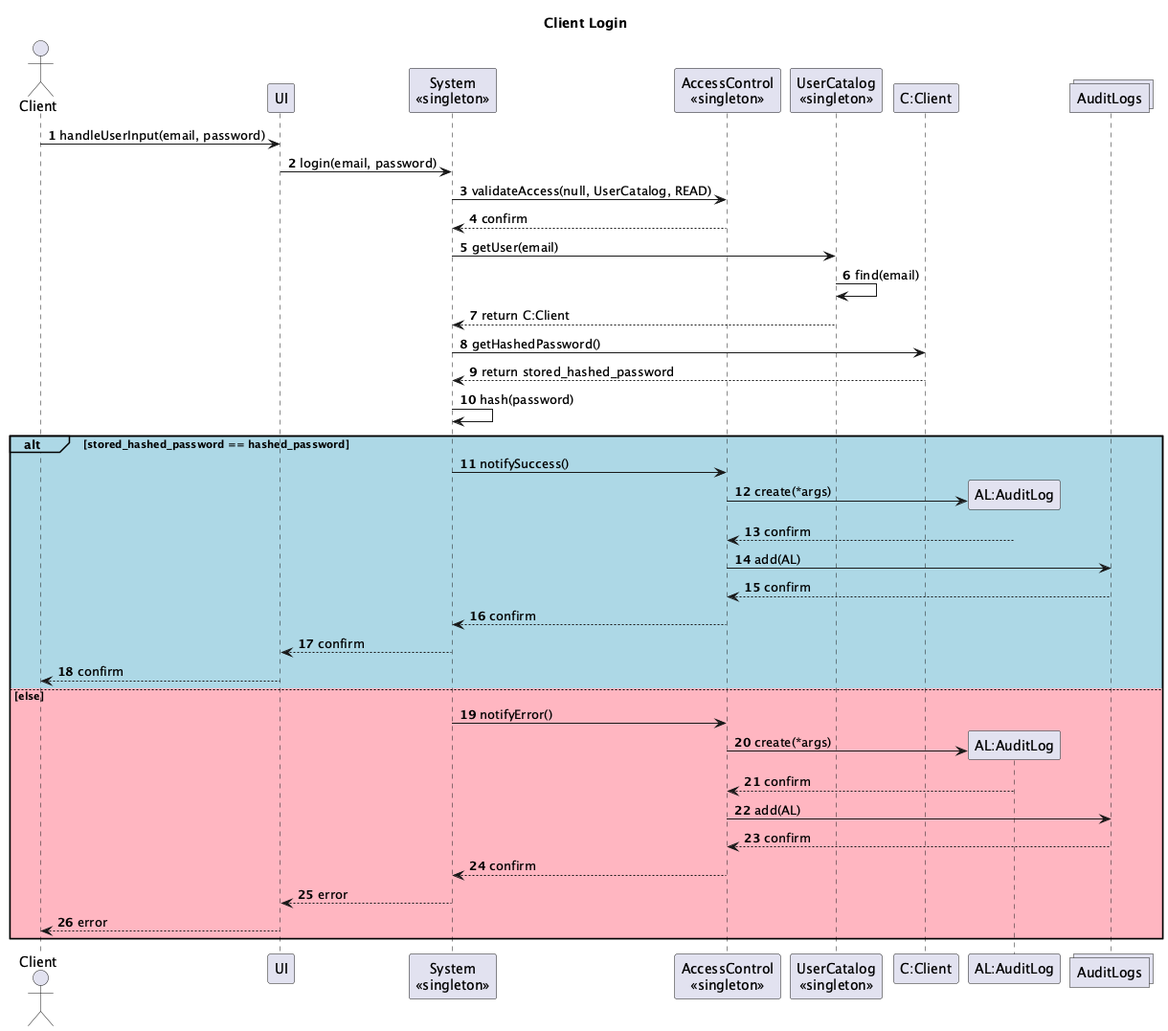
vibqetowi/soen-342-project keeps this PlantUML diagram as System-Diagrams/UML Interaction/Client/Client-Interactions_001.png. Above is the earlier version.
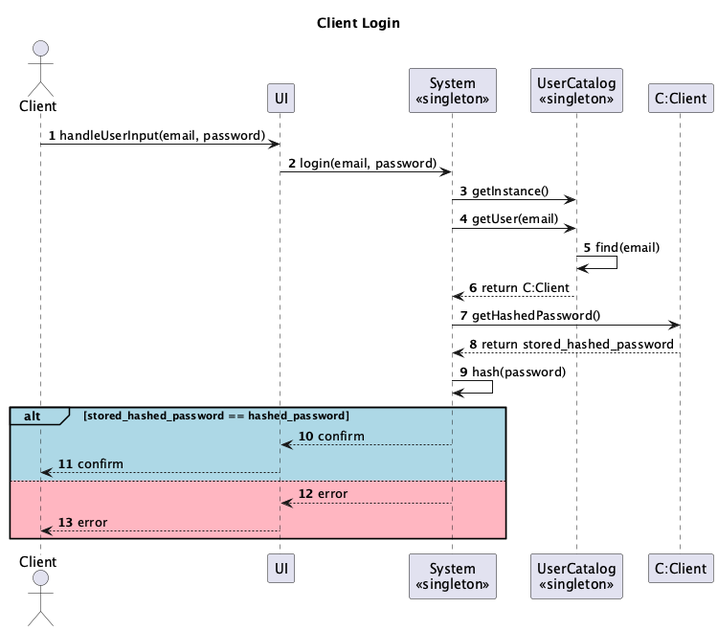
Above is the later version.

Diff of the diagram source:
```diff
@@ -2,11 +2,8 @@
 actor Client
 participant UI
 participant "System\n<<singleton>>" as System
-participant "AccessControl\n<<singleton>>" as AccessControl
 participant "UserCatalog\n<<singleton>>" as UserCatalog
 participant "C:Client" as User
-participant "AL:AuditLog" as AuditLog
-collections AuditLogs
 
 title Client Login
 
@@ -15,9 +12,7 @@
 Client -> UI: handleUserInput(email, password)
 UI -> System: login(email, password)
 
-System -> AccessControl: validateAccess(null, UserCatalog, READ)
-AccessControl --> System: confirm
-
+System -> UserCatalog: getInstance()
 System -> UserCatalog: getUser(email)
 UserCatalog -> UserCatalog: find(email)
 UserCatalog --> System: return C:Client
@@ -27,21 +22,9 @@
 System -> System: hash(password)
 
 alt#LightBlue #LightBlue stored_hashed_password == hashed_password
-    System -> AccessControl: notifySuccess()
-    AccessControl -> AuditLog **: create(*args)
-    AuditLog --> AccessControl: confirm
-    AccessControl -> AuditLogs: add(AL)
-    AuditLogs --> AccessControl: confirm
-    AccessControl --> System: confirm
     System --> UI: confirm
     UI --> Client: confirm
-else #LightPink else
-    System -> AccessControl: notifyError()
-    AccessControl -> AuditLog **: create(*args)
-    AuditLog --> AccessControl: confirm
-    AccessControl -> AuditLogs: add(AL)
-    AuditLogs --> AccessControl: confirm
-    AccessControl --> System: confirm
+else #lightpink
     System --> UI: error
     UI --> Client: error
 end
```
